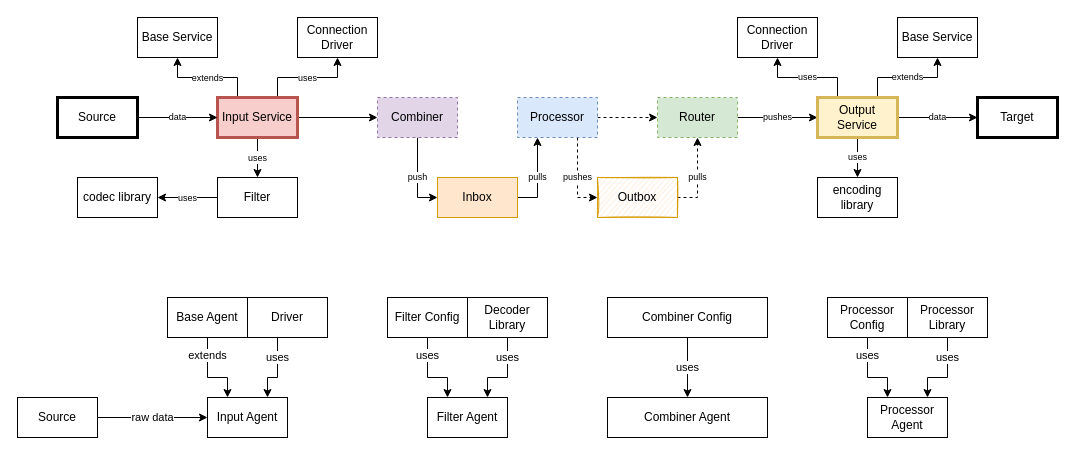
coenfuse/devops keeps this draw.io diagram as docs/design.drawio. Above is the earlier version. Source tidied: cells renumbered, new cells numbered last; positions are measured from the earlier drawing's top-left corner, leaving out a move shared by most shapes. Both pictures are drawn from the tidied source at 100%, with x=0, y=0 at pixel (17, 17).
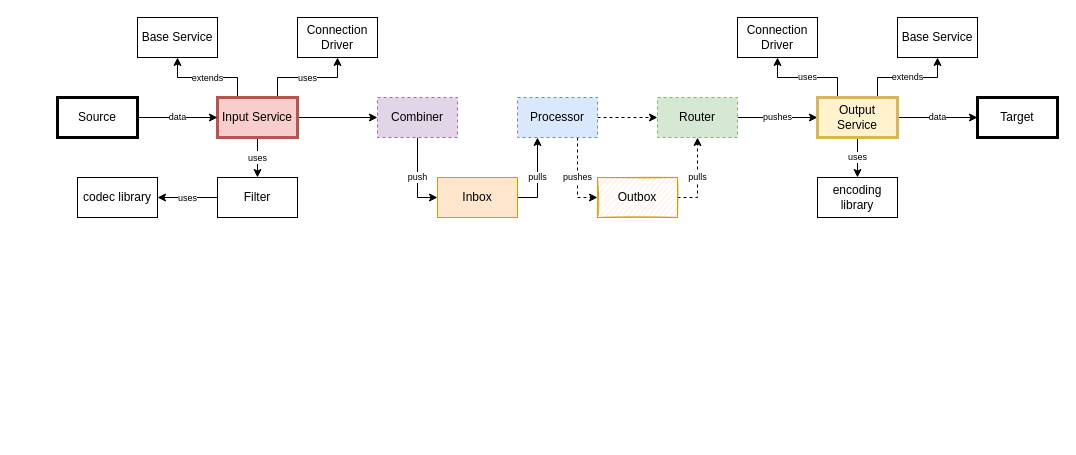
The same diagram, later.

What changed in the source:
```diff
@@
-    <mxCell id="2" value="Input Agent" style="rounded=0;whiteSpace=wrap;html=1;" parent="1" vertex="1">
-      <mxGeometry x="190" y="380" width="80" height="40" as="geometry" />
-    </mxCell>
-    <mxCell id="3" value="extends" style="edgeStyle=orthogonalEdgeStyle;rounded=0;jettySize=auto;html=1;exitX=0.5;exitY=1;exitDx=0;exitDy=0;entryX=0.25;entryY=0;entryDx=0;entryDy=0;" parent="1" edge="1" source="4" target="2">
-      <mxGeometry x="-0.56" relative="1" as="geometry">
-        <Array as="points">
-          <mxPoint x="190" y="360" />
-          <mxPoint x="210" y="360" />
-        </Array>
-      </mxGeometry>
-    </mxCell>
-    <mxCell id="4" value="Base Agent" style="rounded=0;whiteSpace=wrap;html=1;" parent="1" vertex="1">
-      <mxGeometry x="150" y="280" width="80" height="40" as="geometry" />
-    </mxCell>
-    <mxCell id="5" value="uses" style="edgeStyle=orthogonalEdgeStyle;rounded=0;jettySize=auto;html=1;exitX=0.5;exitY=1;exitDx=0;exitDy=0;entryX=0.75;entryY=0;entryDx=0;entryDy=0;" parent="1" edge="1" source="6" target="2">
-      <mxGeometry x="-0.25" relative="1" as="geometry">
-        <Array as="points">
-          <mxPoint x="260" y="360" />
-          <mxPoint x="250" y="360" />
-        </Array>
-      </mxGeometry>
-    </mxCell>
-    <mxCell id="6" value="Driver" style="rounded=0;whiteSpace=wrap;html=1;" parent="1" vertex="1">
-      <mxGeometry x="230" y="280" width="80" height="40" as="geometry" />
-    </mxCell>
-    <mxCell id="7" value="raw data" style="edgeStyle=orthogonalEdgeStyle;rounded=0;jettySize=auto;html=1;exitX=1;exitY=0.5;exitDx=0;exitDy=0;entryX=0;entryY=0.5;entryDx=0;entryDy=0;" parent="1" edge="1" source="8" target="2">
-      <mxGeometry relative="1" as="geometry" />
-    </mxCell>
-    <mxCell id="8" value="Source" style="rounded=0;whiteSpace=wrap;html=1;" parent="1" vertex="1">
-      <mxGeometry y="380" width="80" height="40" as="geometry" />
-    </mxCell>
-    <mxCell id="9" value="Filter Agent" style="rounded=0;whiteSpace=wrap;html=1;" parent="1" vertex="1">
-      <mxGeometry x="410" y="380" width="80" height="40" as="geometry" />
-    </mxCell>
-    <mxCell id="10" value="uses" style="edgeStyle=orthogonalEdgeStyle;rounded=0;jettySize=auto;html=1;exitX=0.5;exitY=1;exitDx=0;exitDy=0;entryX=0.25;entryY=0;entryDx=0;entryDy=0;" parent="1" edge="1" source="11" target="9">
-      <mxGeometry x="-0.56" relative="1" as="geometry">
-        <Array as="points">
-          <mxPoint x="410" y="360" />
-          <mxPoint x="430" y="360" />
-        </Array>
-      </mxGeometry>
-    </mxCell>
-    <mxCell id="11" value="Filter Config" style="rounded=0;whiteSpace=wrap;html=1;" parent="1" vertex="1">
-      <mxGeometry x="370" y="280" width="80" height="40" as="geometry" />
-    </mxCell>
-    <mxCell id="12" value="uses" style="edgeStyle=orthogonalEdgeStyle;rounded=0;jettySize=auto;html=1;exitX=0.5;exitY=1;exitDx=0;exitDy=0;entryX=0.75;entryY=0;entryDx=0;entryDy=0;" parent="1" edge="1" source="13" target="9">
-      <mxGeometry x="-0.5" relative="1" as="geometry">
-        <Array as="points">
-          <mxPoint x="490" y="360" />
-          <mxPoint x="470" y="360" />
-        </Array>
-      </mxGeometry>
-    </mxCell>
-    <mxCell id="13" value="Decoder Library" style="rounded=0;whiteSpace=wrap;html=1;" parent="1" vertex="1">
-      <mxGeometry x="450" y="280" width="80" height="40" as="geometry" />
-    </mxCell>
-    <mxCell id="14" value="Combiner Agent" style="rounded=0;whiteSpace=wrap;html=1;" parent="1" vertex="1">
-      <mxGeometry x="590" y="380" width="160" height="40" as="geometry" />
-    </mxCell>
-    <mxCell id="15" value="uses" style="edgeStyle=orthogonalEdgeStyle;rounded=0;jettySize=auto;html=1;exitX=0.5;exitY=1;exitDx=0;exitDy=0;entryX=0.5;entryY=0;entryDx=0;entryDy=0;" parent="1" edge="1" source="16" target="14">
-      <mxGeometry relative="1" as="geometry" />
-    </mxCell>
-    <mxCell id="16" value="Combiner Config" style="rounded=0;whiteSpace=wrap;html=1;" parent="1" vertex="1">
-      <mxGeometry x="590" y="280" width="160" height="40" as="geometry" />
-    </mxCell>
-    <mxCell id="17" value="Processor Agent" style="rounded=0;whiteSpace=wrap;html=1;" parent="1" vertex="1">
-      <mxGeometry x="850" y="380" width="80" height="40" as="geometry" />
-    </mxCell>
-    <mxCell id="18" value="uses" style="edgeStyle=orthogonalEdgeStyle;rounded=0;jettySize=auto;html=1;exitX=0.5;exitY=1;exitDx=0;exitDy=0;entryX=0.25;entryY=0;entryDx=0;entryDy=0;" parent="1" edge="1" source="19" target="17">
-      <mxGeometry x="-0.56" relative="1" as="geometry">
-        <Array as="points">
-          <mxPoint x="850" y="360" />
-          <mxPoint x="870" y="360" />
-        </Array>
-      </mxGeometry>
-    </mxCell>
-    <mxCell id="19" value="Processor Config" style="rounded=0;whiteSpace=wrap;html=1;" parent="1" vertex="1">
-      <mxGeometry x="810" y="280" width="80" height="40" as="geometry" />
-    </mxCell>
-    <mxCell id="20" value="uses" style="edgeStyle=orthogonalEdgeStyle;rounded=0;jettySize=auto;html=1;exitX=0.5;exitY=1;exitDx=0;exitDy=0;entryX=0.75;entryY=0;entryDx=0;entryDy=0;" parent="1" edge="1" source="21" target="17">
-      <mxGeometry x="-0.5" relative="1" as="geometry">
-        <Array as="points">
-          <mxPoint x="930" y="360" />
-          <mxPoint x="910" y="360" />
-        </Array>
-      </mxGeometry>
-    </mxCell>
-    <mxCell id="21" value="Processor Library" style="rounded=0;whiteSpace=wrap;html=1;" parent="1" vertex="1">
-      <mxGeometry x="890" y="280" width="80" height="40" as="geometry" />
-    </mxCell>
```
